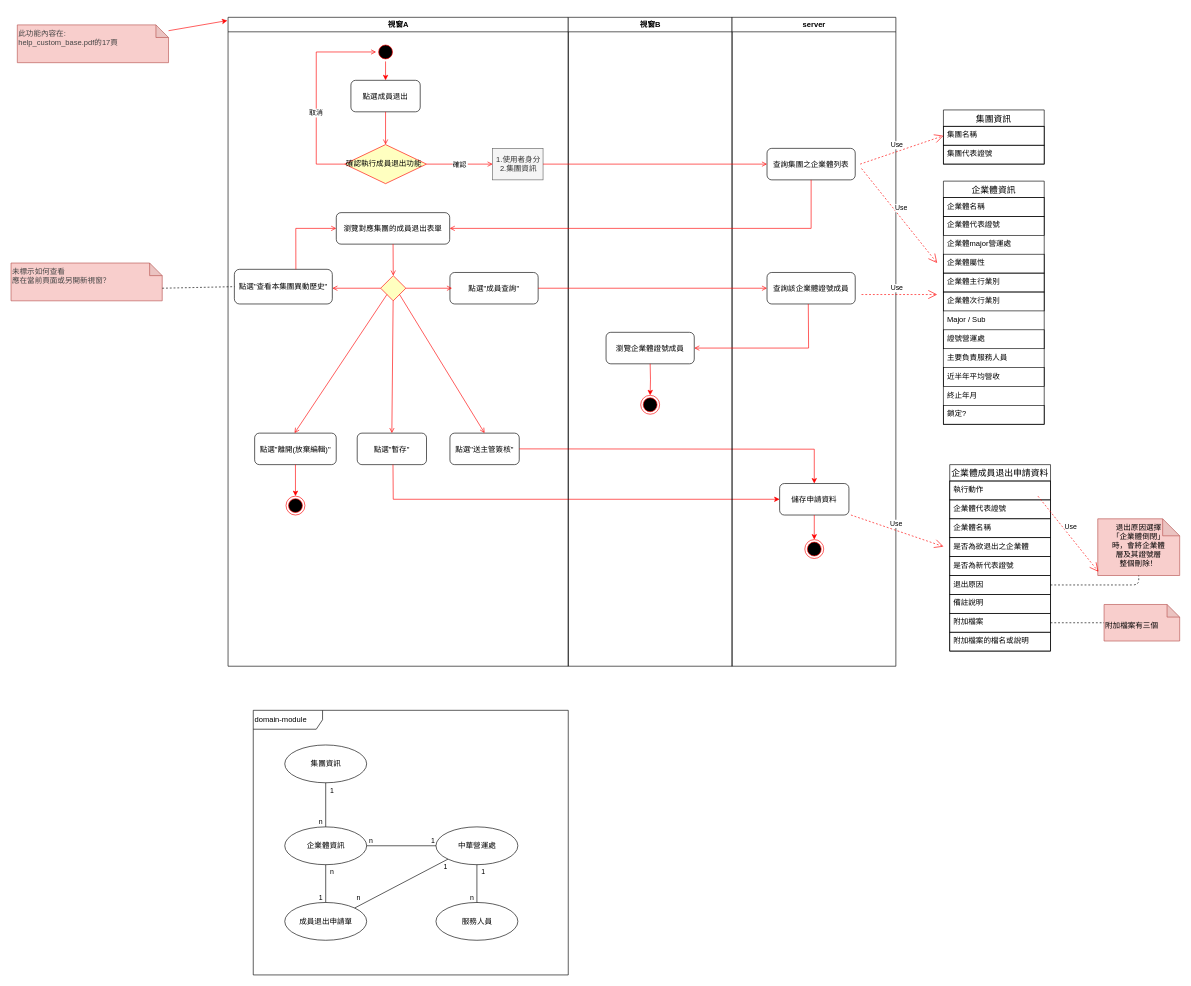
Above: Untitled Diagram.drawio in Carolinekaku/first (draw.io), before the change. Source tidied: cells renumbered, new cells numbered last; positions are measured from the earlier drawing's top-left corner, leaving out a move shared by most shapes. Both pictures are drawn from the tidied source at 63%, with x=0, y=0 at pixel (11, 17).
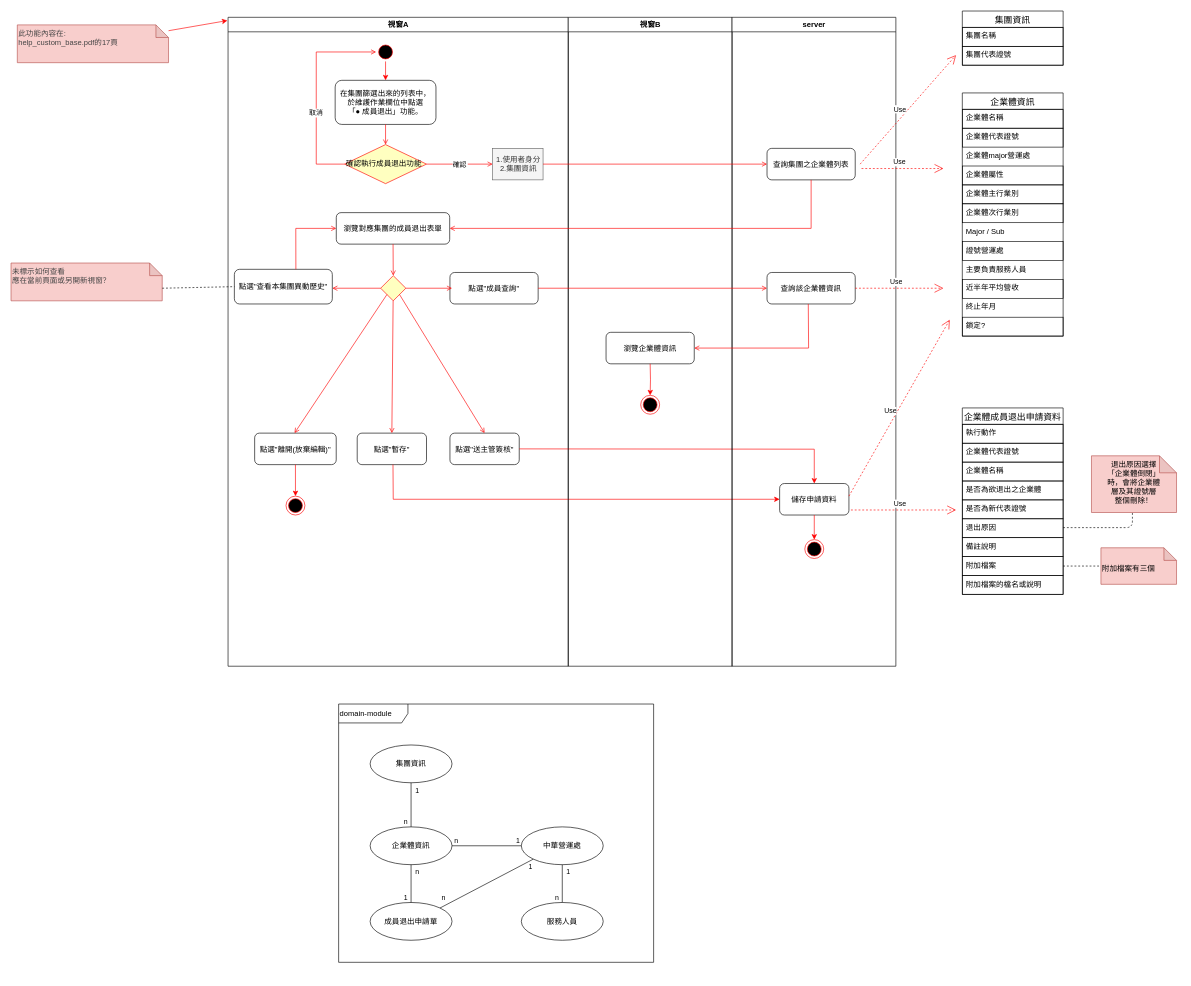
The same diagram, later.

The change refers to these unchanged cells:
```xml
<mxCell id="2" value="視窗A" style="swimlane;whiteSpace=wrap;" parent="1" vertex="1">
  <mxGeometry x="344.5" width="540" height="1030" as="geometry" />
</mxCell>
<mxCell id="31" value="視窗B" style="swimlane;whiteSpace=wrap;" parent="1" vertex="1">
  <mxGeometry x="884.5" width="260" height="1030" as="geometry" />
</mxCell>
<mxCell id="70" value="server" style="swimlane;whiteSpace=wrap;" parent="1" vertex="1">
  <mxGeometry x="1144.5" width="260" height="1030" as="geometry" />
</mxCell>
<mxCell id="85" value="集團名稱" style="text;fillColor=none;spacingLeft=4;spacingRight=4;overflow=hidden;points=[[0,0.5],[1,0.5]];portConstraint=eastwest;fontSize=12;strokeColor=#000000;" parent="84" vertex="1">
  <mxGeometry y="26" width="160" height="30" as="geometry" />
</mxCell>
```

Change to the diagram source:
```diff
@@
-    <mxCell id="4" value="點選成員退出" style="rounded=1;" parent="2" vertex="1">
-      <mxGeometry x="195" y="100" width="110" height="50" as="geometry" />
+    <mxCell id="4" value="在集團篩選出來的列表中，&#10;於維護作業欄位中點選&#10;「● 成員退出」功能。" style="rounded=1;" parent="2" vertex="1">
+      <mxGeometry x="170" y="100" width="160" height="70" as="geometry" />
     </mxCell>
@@
-    <mxCell id="32" value="瀏覽企業體證號成員" style="rounded=1;" parent="31" vertex="1">
+    <mxCell id="32" value="瀏覽企業體資訊" style="rounded=1;" parent="31" vertex="1">
       <mxGeometry x="60" y="500" width="140" height="50" as="geometry" />
     </mxCell>
@@
     <mxCell id="35" value="&lt;font&gt;附加檔案有三個&lt;br&gt;&lt;/font&gt;&lt;div&gt;&lt;br&gt;&lt;/div&gt;" style="shape=note;whiteSpace=wrap;html=1;backgroundOutline=1;darkOpacity=0.05;rounded=1;size=20;fillColor=#f8cecc;strokeColor=#b85450;align=left;verticalAlign=bottom;" parent="1" vertex="1">
-      <mxGeometry x="1735" y="932" width="120" height="58" as="geometry" />
+      <mxGeometry x="1730" y="842" width="120" height="58" as="geometry" />
     </mxCell>
     <mxCell id="36" value="domain-module" style="shape=umlFrame;whiteSpace=wrap;html=1;strokeColor=#000000;fillColor=none;gradientColor=none;align=left;width=110;height=30;" parent="1" vertex="1">
-      <mxGeometry x="384.5" y="1100" width="500" height="420" as="geometry" />
+      <mxGeometry x="520" y="1090" width="500" height="410" as="geometry" />
     </mxCell>
     <mxCell id="37" value="集團資訊" style="ellipse;whiteSpace=wrap;html=1;align=center;strokeColor=#000000;fillColor=none;gradientColor=none;" parent="1" vertex="1">
-      <mxGeometry x="434.5" y="1155" width="130" height="60" as="geometry" />
+      <mxGeometry x="570" y="1155" width="130" height="60" as="geometry" />
     </mxCell>
     <mxCell id="38" value="企業體資訊" style="ellipse;whiteSpace=wrap;html=1;align=center;strokeColor=#000000;fillColor=none;gradientColor=none;" parent="1" vertex="1">
-      <mxGeometry x="434.5" y="1285" width="130" height="60" as="geometry" />
+      <mxGeometry x="570" y="1285" width="130" height="60" as="geometry" />
     </mxCell>
     <mxCell id="39" value="中華營運處" style="ellipse;whiteSpace=wrap;html=1;align=center;strokeColor=#000000;fillColor=none;gradientColor=none;" parent="1" vertex="1">
-      <mxGeometry x="674.5" y="1285" width="130" height="60" as="geometry" />
+      <mxGeometry x="810" y="1285" width="130" height="60" as="geometry" />
     </mxCell>
@@
     <mxCell id="46" value="服務人員" style="ellipse;whiteSpace=wrap;html=1;align=center;strokeColor=#000000;fillColor=none;gradientColor=none;" parent="1" vertex="1">
-      <mxGeometry x="674.5" y="1405" width="130" height="60" as="geometry" />
+      <mxGeometry x="810" y="1405" width="130" height="60" as="geometry" />
     </mxCell>
@@
     <mxCell id="50" value="成員退出申請單" style="ellipse;whiteSpace=wrap;html=1;align=center;strokeColor=#000000;fillColor=none;gradientColor=none;" parent="1" vertex="1">
-      <mxGeometry x="434.5" y="1405" width="130" height="60" as="geometry" />
+      <mxGeometry x="570" y="1405" width="130" height="60" as="geometry" />
     </mxCell>
@@
     <mxCell id="57" value="&lt;font&gt;&lt;div&gt;&lt;span&gt;退出原因選擇&lt;/span&gt;&lt;/div&gt;&lt;div&gt;「企業體倒閉」&lt;/div&gt;&lt;div&gt;時，會將企業體&lt;/div&gt;&lt;div&gt;層及其證號層&lt;/div&gt;&lt;div&gt;整個刪除！&lt;/div&gt;&lt;/font&gt;" style="shape=note;whiteSpace=wrap;html=1;backgroundOutline=1;darkOpacity=0.05;rounded=1;size=27;fillColor=#f8cecc;strokeColor=#b85450;align=center;verticalAlign=top;horizontal=1;" parent="1" vertex="1">
-      <mxGeometry x="1725" y="796" width="130" height="90" as="geometry" />
+      <mxGeometry x="1715" y="696" width="135" height="90" as="geometry" />
     </mxCell>
@@
     <mxCell id="60" value="企業體成員退出申請資料" style="swimlane;fontStyle=0;horizontal=1;startSize=26;align=center;fontSize=14;" parent="1" vertex="1">
-      <mxGeometry x="1490" y="710" width="160" height="296" as="geometry" />
+      <mxGeometry x="1510" y="620" width="160" height="296" as="geometry" />
     </mxCell>
@@
-    <mxCell id="71" value="Use" style="endArrow=open;endSize=12;dashed=1;html=1;strokeColor=#FF0000;" parent="70" edge="1">
-      <mxGeometry x="-0.07" y="10" relative="1" as="geometry">
-        <mxPoint x="485.5" y="760" as="sourcePoint" />
-        <mxPoint x="581.5" y="880" as="targetPoint" />
-      </mxGeometry>
-    </mxCell>
@@
-    <mxCell id="73" value="查詢該企業體證號成員" style="rounded=1;" parent="70" vertex="1">
+    <mxCell id="73" value="查詢該企業體資訊" style="rounded=1;" parent="70" vertex="1">
       <mxGeometry x="55.5" y="405" width="140" height="50" as="geometry" />
     </mxCell>
@@
-    <mxCell id="75" value="Use" style="endArrow=open;endSize=12;dashed=1;html=1;strokeColor=#FF0000;exitX=1;exitY=0.5;exitDx=0;exitDy=0;" parent="70" edge="1">
-      <mxGeometry x="-0.07" y="10" relative="1" as="geometry">
-        <mxPoint x="205.5" y="440" as="sourcePoint" />
-        <mxPoint x="325.5" y="440" as="targetPoint" />
-      </mxGeometry>
-    </mxCell>
@@
-    <mxCell id="82" style="endArrow=none;dashed=1;html=1;entryX=0.5;entryY=1;entryDx=0;entryDy=0;entryPerimeter=0;exitX=1;exitY=0.5;exitDx=0;exitDy=0;" parent="1" edge="1">
+    <mxCell id="82" style="endArrow=none;dashed=1;html=1;entryX=0.5;entryY=1;entryDx=0;entryDy=0;entryPerimeter=0;" parent="1" edge="1">
       <mxGeometry relative="1" as="geometry">
-        <mxPoint x="1650" y="901" as="sourcePoint" />
-        <mxPoint x="1790" y="886" as="targetPoint" />
+        <mxPoint x="1670" y="810" as="sourcePoint" />
+        <mxPoint x="1780" y="786" as="targetPoint" />
         <Array as="points">
-          <mxPoint x="1790" y="901" />
+          <mxPoint x="1780" y="810" />
         </Array>
       </mxGeometry>
     </mxCell>
@@
     <mxCell id="84" value="集團資訊" style="swimlane;fontStyle=0;horizontal=1;startSize=26;align=center;fontSize=14;" parent="1" vertex="1">
-      <mxGeometry x="1480" y="147" width="160" height="86" as="geometry" />
+      <mxGeometry x="1510" y="-10" width="160" height="86" as="geometry" />
     </mxCell>
@@
-    <mxCell id="87" value="Use" style="endArrow=open;endSize=12;dashed=1;html=1;strokeColor=#FF0000;exitX=1;exitY=0.5;exitDx=0;exitDy=0;entryX=0;entryY=0.5;entryDx=0;entryDy=0;" parent="1" edge="1" target="85">
+    <mxCell id="87" value="Use" style="endArrow=open;endSize=12;dashed=1;html=1;strokeColor=#FF0000;exitX=1;exitY=0.5;exitDx=0;exitDy=0;" parent="1" edge="1">
       <mxGeometry x="-0.07" y="10" relative="1" as="geometry">
         <mxPoint x="1347.8" y="233" as="sourcePoint" />
+        <mxPoint x="1500" y="60" as="targetPoint" />
       </mxGeometry>
     </mxCell>
     <mxCell id="88" value="企業體資訊" style="swimlane;fontStyle=0;horizontal=1;startSize=26;align=center;fontSize=14;rounded=0;swimlaneFillColor=#ffffff;shadow=0;sketch=0;glass=0;labelBackgroundColor=none;labelBorderColor=none;" parent="1" vertex="1">
-      <mxGeometry x="1480" y="260" width="160" height="386" as="geometry" />
+      <mxGeometry x="1510" y="120" width="160" height="386" as="geometry" />
     </mxCell>
@@
     <mxCell id="101" value="Use" style="endArrow=open;endSize=12;dashed=1;html=1;strokeColor=#FF0000;" parent="1" edge="1">
       <mxGeometry x="-0.07" y="10" relative="1" as="geometry">
         <mxPoint x="1350" y="240" as="sourcePoint" />
-        <mxPoint x="1470" y="390" as="targetPoint" />
+        <mxPoint x="1480" y="240" as="targetPoint" />
       </mxGeometry>
     </mxCell>
     <mxCell id="102" value="Use" style="endArrow=open;endSize=12;dashed=1;html=1;strokeColor=#FF0000;" parent="1" edge="1">
       <mxGeometry x="-0.07" y="10" relative="1" as="geometry">
-        <mxPoint x="1333.2" y="790" as="sourcePoint" />
-        <mxPoint x="1480" y="840" as="targetPoint" />
+        <mxPoint x="1333.2" y="782" as="sourcePoint" />
+        <mxPoint x="1500" y="782" as="targetPoint" />
       </mxGeometry>
     </mxCell>
+    <mxCell id="71" value="Use" style="endArrow=open;endSize=12;dashed=1;html=1;strokeColor=#FF0000;" parent="1" edge="1">
+      <mxGeometry x="-0.07" y="10" relative="1" as="geometry">
+        <mxPoint x="1330" y="760" as="sourcePoint" />
+        <mxPoint x="1490" y="480" as="targetPoint" />
+      </mxGeometry>
+    </mxCell>
+    <mxCell id="75" value="Use" style="endArrow=open;endSize=12;dashed=1;html=1;strokeColor=#FF0000;exitX=1;exitY=0.5;exitDx=0;exitDy=0;" parent="1" edge="1" source="73">
+      <mxGeometry x="-0.07" y="10" relative="1" as="geometry">
+        <mxPoint x="1480" y="430" as="targetPoint" />
+      </mxGeometry>
+    </mxCell>
```
